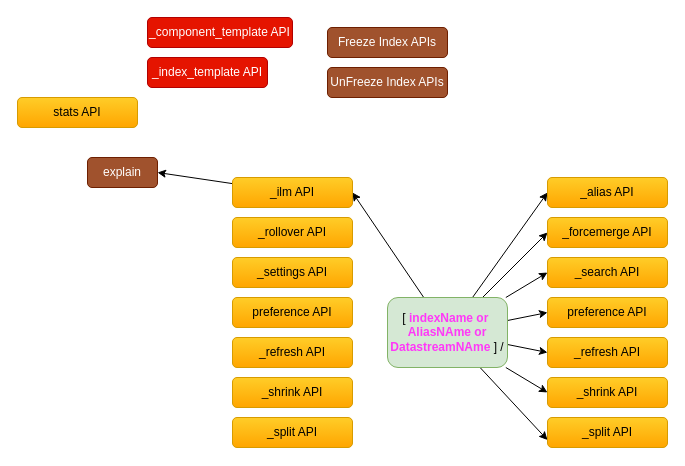
Earlier version of the draw.io diagram page "Index APIs" (1 of 4) of My Articles/elastic stack/ES REST APIs.drawio (paramothers/books). Source tidied: cells renumbered, new cells numbered last; positions are measured from the earlier drawing's top-left corner, leaving out a move shared by most shapes. Both pictures are drawn from the tidied source at 100%, with x=0, y=0 at pixel (17, 17).
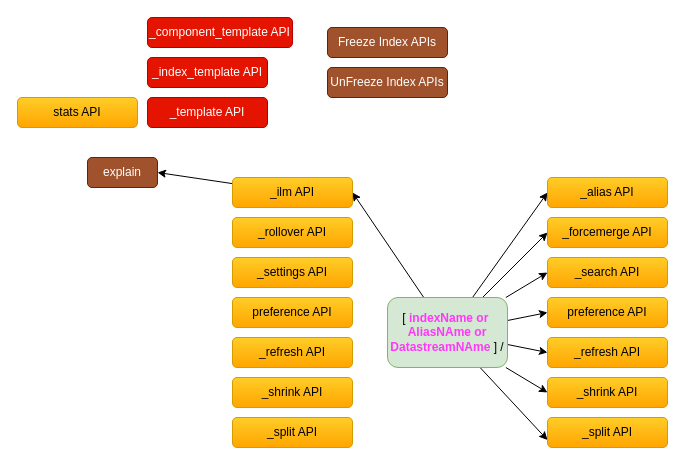
The same diagram, later.

Diff of the diagram source:
```diff
@@
+    <mxCell id="32" value="_template API" style="rounded=1;whiteSpace=wrap;html=1;fillColor=#e51400;strokeColor=#B20000;fontColor=#ffffff;" parent="1" vertex="1">
+      <mxGeometry x="130" y="80" width="120" height="30" as="geometry" />
+    </mxCell>
```
